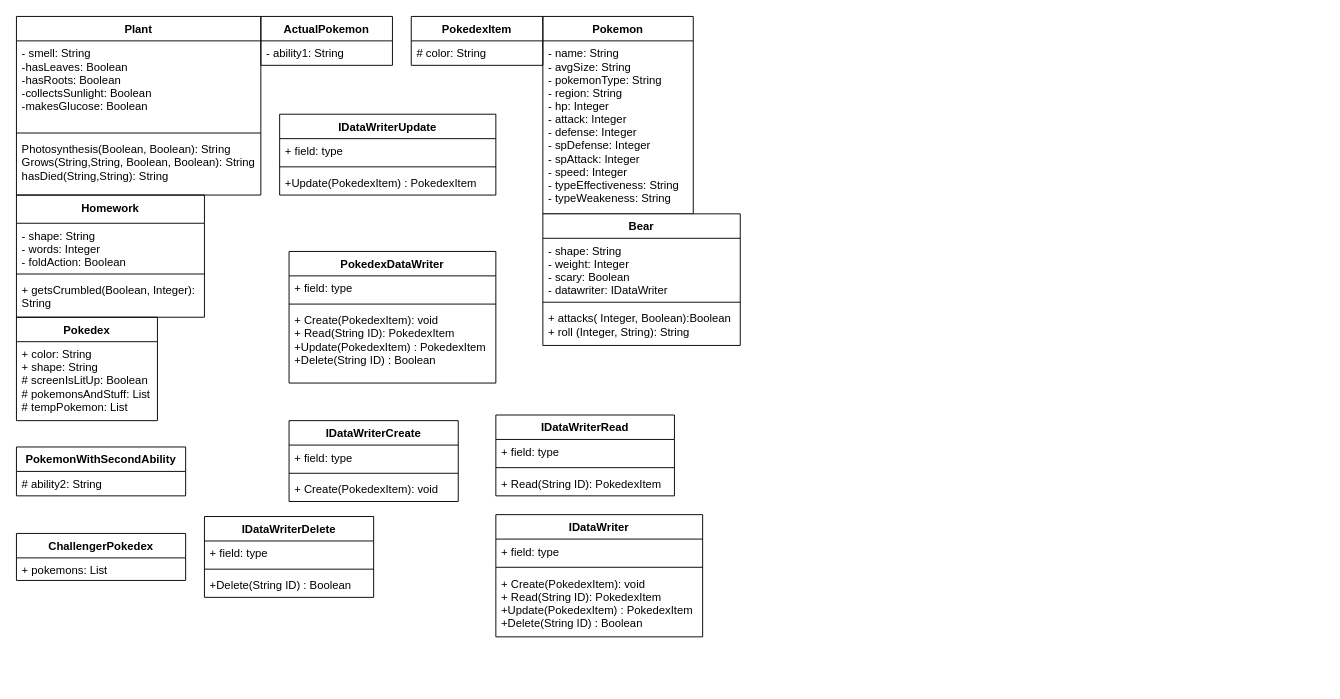
Above: Class Diagrams-5.drawio in Uplift-Foundation/PokedexGameJava (draw.io), before the change. Source tidied: cells renumbered, new cells numbered last; positions are measured from the earlier drawing's top-left corner, leaving out a move shared by most shapes. Both pictures are drawn from the tidied source at 94%, with x=0, y=0 at pixel (16, 16).
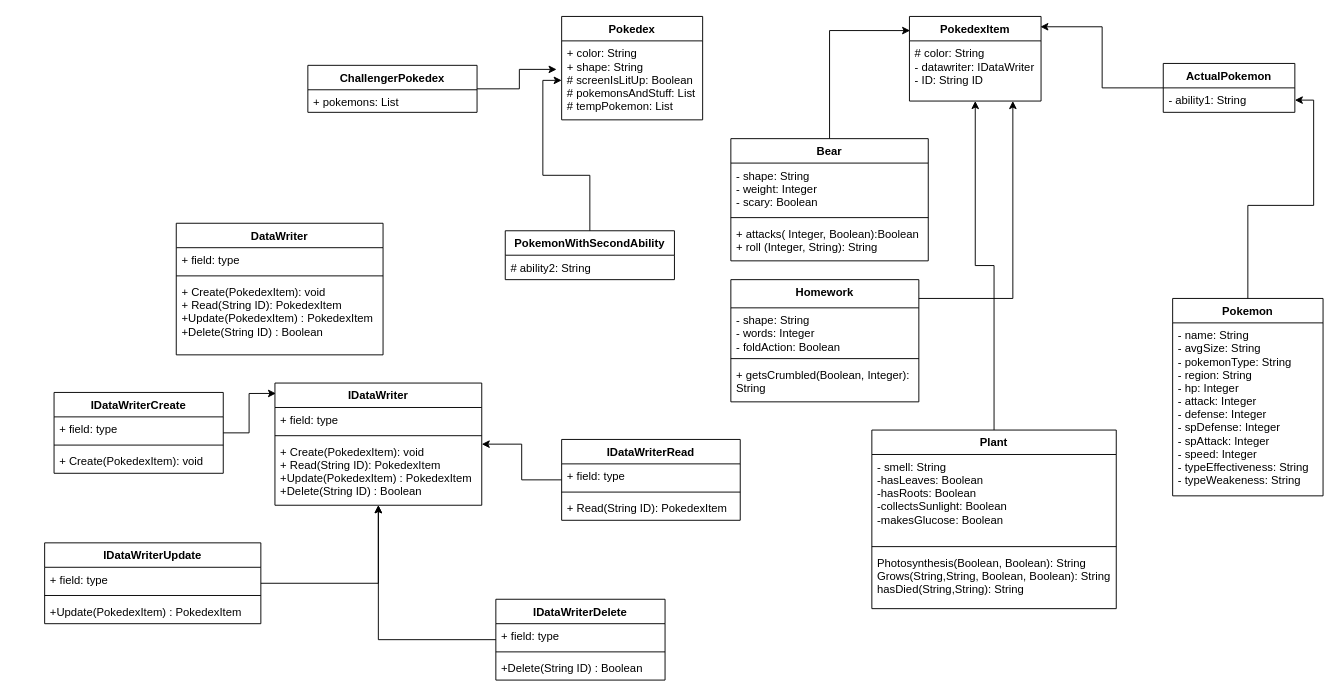
After the change.

The change refers to these unchanged cells:
```xml
<mxCell id="3" value="- ability1: String " style="text;strokeColor=none;fillColor=none;align=left;verticalAlign=top;spacingLeft=4;spacingRight=4;overflow=hidden;points=[[0,0.5],[1,0.5]];portConstraint=eastwest;" parent="2" vertex="1">
  <mxGeometry y="26" width="140" height="26" as="geometry" />
</mxCell>
<mxCell id="15" value="+ color: String &#10;+ shape: String&#10;# screenIsLitUp: Boolean &#10;# pokemonsAndStuff: List &#10;# tempPokemon: List " style="text;strokeColor=none;fillColor=none;align=left;verticalAlign=top;spacingLeft=4;spacingRight=4;overflow=hidden;points=[[0,0.5],[1,0.5]];portConstraint=eastwest;" parent="14" vertex="1">
  <mxGeometry y="26" width="150" height="84" as="geometry" />
</mxCell>
```

Change to the diagram source:
```diff
@@
+    <mxCell id="50" style="edgeStyle=orthogonalEdgeStyle;rounded=0;jettySize=auto;html=1;entryX=0.995;entryY=0.122;entryDx=0;entryDy=0;entryPerimeter=0;" parent="1" edge="1" source="2" target="20">
+      <mxGeometry relative="1" as="geometry" />
+    </mxCell>
     <mxCell id="2" value="ActualPokemon" style="swimlane;fontStyle=1;horizontal=1;startSize=26;fillColor=none;" parent="1" vertex="1">
-      <mxGeometry x="260" width="140" height="52" as="geometry" />
+      <mxGeometry x="1220" y="50" width="140" height="52" as="geometry" />
     </mxCell>
@@
+    <mxCell id="51" style="edgeStyle=orthogonalEdgeStyle;rounded=0;jettySize=auto;html=1;" parent="1" edge="1" source="4" target="3">
+      <mxGeometry relative="1" as="geometry" />
+    </mxCell>
     <mxCell id="4" value="Pokemon" style="swimlane;fontStyle=1;horizontal=1;startSize=26;fillColor=none;" parent="1" vertex="1">
-      <mxGeometry x="560" width="160" height="210" as="geometry" />
+      <mxGeometry x="1230" y="300" width="160" height="210" as="geometry" />
     </mxCell>
@@
+    <mxCell id="52" style="edgeStyle=orthogonalEdgeStyle;rounded=0;jettySize=auto;html=1;" parent="1" edge="1" source="6" target="20">
+      <mxGeometry relative="1" as="geometry" />
+    </mxCell>
     <mxCell id="6" value="Plant&#10;&#10;" style="swimlane;fontStyle=1;align=center;verticalAlign=top;horizontal=1;startSize=26;fillColor=none;" parent="1" vertex="1">
-      <mxGeometry width="260" height="190" as="geometry" />
+      <mxGeometry x="910" y="440" width="260" height="190" as="geometry" />
     </mxCell>
@@
+    <mxCell id="53" style="edgeStyle=orthogonalEdgeStyle;rounded=0;jettySize=auto;html=1;" parent="1" edge="1" source="10" target="20">
+      <mxGeometry relative="1" as="geometry">
+        <Array as="points">
+          <mxPoint x="1060" y="300" />
+        </Array>
+      </mxGeometry>
+    </mxCell>
     <mxCell id="10" value="Homework" style="swimlane;fontStyle=1;align=center;verticalAlign=top;horizontal=1;startSize=30;fillColor=none;" parent="1" vertex="1">
-      <mxGeometry y="190" width="200" height="130" as="geometry" />
+      <mxGeometry x="760" y="280" width="200" height="130" as="geometry" />
     </mxCell>
@@
     <mxCell id="14" value="Pokedex" style="swimlane;fontStyle=1;horizontal=1;startSize=26;fillColor=none;" parent="1" vertex="1">
-      <mxGeometry y="320" width="150" height="110" as="geometry" />
+      <mxGeometry x="580" width="150" height="110" as="geometry" />
     </mxCell>
@@
+    <mxCell id="54" style="edgeStyle=orthogonalEdgeStyle;rounded=0;jettySize=auto;html=1;entryX=0.005;entryY=0.167;entryDx=0;entryDy=0;entryPerimeter=0;" parent="1" edge="1" source="16" target="20">
+      <mxGeometry relative="1" as="geometry" />
+    </mxCell>
     <mxCell id="16" value="Bear" style="swimlane;fontStyle=1;align=center;verticalAlign=top;horizontal=1;startSize=26;rounded=0;sketch=0;whiteSpace=wrap;" parent="1" vertex="1">
-      <mxGeometry x="560" y="210" width="210" height="140" as="geometry" />
+      <mxGeometry x="760" y="130" width="210" height="130" as="geometry" />
     </mxCell>
-    <mxCell id="17" value="- shape: String&#10;- weight: Integer &#10;- scary: Boolean &#10;- datawriter: IDataWriter" style="text;strokeColor=none;fillColor=none;align=left;verticalAlign=top;spacingLeft=4;spacingRight=4;overflow=hidden;" parent="16" vertex="1">
-      <mxGeometry y="26" width="210" height="64" as="geometry" />
-    </mxCell>
-    <mxCell id="18" style="line;strokeWidth=1;fillColor=none;align=left;verticalAlign=middle;spacingTop=-1;spacingLeft=3;spacingRight=3;labelPosition=right;" parent="16" vertex="1">
-      <mxGeometry y="90" width="210" height="8" as="geometry" />
-    </mxCell>
+    <mxCell id="55" value="- shape: String&#10;- weight: Integer &#10;- scary: Boolean " style="text;strokeColor=none;fillColor=none;align=left;verticalAlign=top;spacingLeft=4;spacingRight=4;overflow=hidden;" parent="16" vertex="1">
+      <mxGeometry y="26" width="210" height="54" as="geometry" />
+    </mxCell>
+    <mxCell id="56" style="line;strokeWidth=1;fillColor=none;align=left;verticalAlign=middle;spacingTop=-1;spacingLeft=3;spacingRight=3;labelPosition=right;" parent="16" vertex="1">
+      <mxGeometry y="80" width="210" height="8" as="geometry" />
+    </mxCell>
     <mxCell id="19" value="+ attacks( Integer, Boolean):Boolean&#10;+ roll (Integer, String): String&#10;  " style="text;strokeColor=none;fillColor=none;align=left;verticalAlign=top;spacingLeft=4;spacingRight=4;overflow=hidden;" parent="16" vertex="1">
-      <mxGeometry y="98" width="210" height="42" as="geometry" />
+      <mxGeometry y="88" width="210" height="42" as="geometry" />
     </mxCell>
     <mxCell id="20" value="PokedexItem" style="swimlane;fontStyle=1;horizontal=1;startSize=26;fillColor=none;rounded=0;sketch=0;html=0;" parent="1" vertex="1">
-      <mxGeometry x="420" width="140" height="52" as="geometry" />
+      <mxGeometry x="950" width="140" height="90" as="geometry" />
     </mxCell>
-    <mxCell id="21" value="# color: String " style="text;strokeColor=none;fillColor=none;align=left;verticalAlign=top;spacingLeft=4;spacingRight=4;overflow=hidden;" parent="20" vertex="1">
-      <mxGeometry y="26" width="140" height="26" as="geometry" />
-    </mxCell>
+    <mxCell id="57" value="# color: String &#10;- datawriter: IDataWriter&#10;- ID: String ID " style="text;strokeColor=none;fillColor=none;align=left;verticalAlign=top;spacingLeft=4;spacingRight=4;overflow=hidden;" parent="20" vertex="1">
+      <mxGeometry y="26" width="140" height="64" as="geometry" />
+    </mxCell>
+    <mxCell id="58" style="edgeStyle=orthogonalEdgeStyle;rounded=0;jettySize=auto;html=1;" parent="1" edge="1" source="22" target="15">
+      <mxGeometry relative="1" as="geometry" />
+    </mxCell>
     <mxCell id="22" value="PokemonWithSecondAbility" style="swimlane;fontStyle=1;horizontal=1;startSize=26;fillColor=none;rounded=0;sketch=0;html=0;" parent="1" vertex="1">
-      <mxGeometry y="458" width="180" height="52" as="geometry" />
+      <mxGeometry x="520" y="228" width="180" height="52" as="geometry" />
     </mxCell>
@@
-    <mxCell id="24" value="PokedexDataWriter" style="swimlane;fontStyle=1;align=center;verticalAlign=top;horizontal=1;startSize=26;" parent="1" vertex="1">
-      <mxGeometry x="290" y="250" width="220" height="140" as="geometry" />
-    </mxCell>
-    <mxCell id="25" value="+ field: type" style="text;strokeColor=none;fillColor=none;align=left;verticalAlign=top;spacingLeft=4;spacingRight=4;overflow=hidden;" parent="24" vertex="1">
-      <mxGeometry y="26" width="220" height="26" as="geometry" />
-    </mxCell>
-    <mxCell id="26" style="line;strokeWidth=1;fillColor=none;align=left;verticalAlign=middle;spacingTop=-1;spacingLeft=3;spacingRight=3;labelPosition=right;" parent="24" vertex="1">
-      <mxGeometry y="52" width="220" height="8" as="geometry" />
-    </mxCell>
+    <mxCell id="59" value="DataWriter" style="swimlane;fontStyle=1;align=center;verticalAlign=top;horizontal=1;startSize=26;" parent="1" vertex="1">
+      <mxGeometry x="170" y="220" width="220" height="140" as="geometry" />
+    </mxCell>
+    <mxCell id="60" value="+ field: type" style="text;strokeColor=none;fillColor=none;align=left;verticalAlign=top;spacingLeft=4;spacingRight=4;overflow=hidden;" parent="59" vertex="1">
+      <mxGeometry y="26" width="220" height="26" as="geometry" />
+    </mxCell>
+    <mxCell id="61" style="line;strokeWidth=1;fillColor=none;align=left;verticalAlign=middle;spacingTop=-1;spacingLeft=3;spacingRight=3;labelPosition=right;" parent="59" vertex="1">
+      <mxGeometry y="52" width="220" height="8" as="geometry" />
+    </mxCell>
-    <mxCell id="27" value="+ Create(PokedexItem): void&#10;+ Read(String ID): PokedexItem&#10;+Update(PokedexItem) : PokedexItem&#10;+Delete(String ID) : Boolean" style="text;strokeColor=none;fillColor=none;align=left;verticalAlign=top;spacingLeft=4;spacingRight=4;overflow=hidden;" parent="24" vertex="1">
+    <mxCell id="27" value="+ Create(PokedexItem): void&#10;+ Read(String ID): PokedexItem&#10;+Update(PokedexItem) : PokedexItem&#10;+Delete(String ID) : Boolean" style="text;strokeColor=none;fillColor=none;align=left;verticalAlign=top;spacingLeft=4;spacingRight=4;overflow=hidden;" parent="59" vertex="1">
       <mxGeometry y="60" width="220" height="80" as="geometry" />
     </mxCell>
+    <mxCell id="62" style="edgeStyle=orthogonalEdgeStyle;rounded=0;jettySize=auto;html=1;entryX=0.005;entryY=0.085;entryDx=0;entryDy=0;entryPerimeter=0;" parent="1" edge="1" source="28" target="44">
+      <mxGeometry relative="1" as="geometry" />
+    </mxCell>
     <mxCell id="28" value="IDataWriterCreate" style="swimlane;fontStyle=1;align=center;verticalAlign=top;horizontal=1;startSize=26;" parent="1" vertex="1">
-      <mxGeometry x="290" y="430" width="180" height="86" as="geometry" />
+      <mxGeometry x="40" y="400" width="180" height="86" as="geometry" />
     </mxCell>
-    <mxCell id="29" value="+ field: type" style="text;strokeColor=none;fillColor=none;align=left;verticalAlign=top;spacingLeft=4;spacingRight=4;overflow=hidden;" parent="28" vertex="1">
-      <mxGeometry y="26" width="180" height="26" as="geometry" />
-    </mxCell>
-    <mxCell id="30" style="line;strokeWidth=1;fillColor=none;align=left;verticalAlign=middle;spacingTop=-1;spacingLeft=3;spacingRight=3;labelPosition=right;" parent="28" vertex="1">
-      <mxGeometry y="52" width="180" height="8" as="geometry" />
-    </mxCell>
+    <mxCell id="63" value="+ field: type" style="text;strokeColor=none;fillColor=none;align=left;verticalAlign=top;spacingLeft=4;spacingRight=4;overflow=hidden;" parent="28" vertex="1">
+      <mxGeometry y="26" width="180" height="26" as="geometry" />
+    </mxCell>
+    <mxCell id="64" style="line;strokeWidth=1;fillColor=none;align=left;verticalAlign=middle;spacingTop=-1;spacingLeft=3;spacingRight=3;labelPosition=right;" parent="28" vertex="1">
+      <mxGeometry y="52" width="180" height="8" as="geometry" />
+    </mxCell>
@@
+    <mxCell id="65" style="edgeStyle=orthogonalEdgeStyle;rounded=0;jettySize=auto;html=1;" parent="1" edge="1" source="32" target="44">
+      <mxGeometry relative="1" as="geometry" />
+    </mxCell>
     <mxCell id="32" value="IDataWriterRead" style="swimlane;fontStyle=1;align=center;verticalAlign=top;horizontal=1;startSize=26;" parent="1" vertex="1">
-      <mxGeometry x="510" y="424" width="190" height="86" as="geometry" />
+      <mxGeometry x="580" y="450" width="190" height="86" as="geometry" />
     </mxCell>
@@
+    <mxCell id="66" style="edgeStyle=orthogonalEdgeStyle;rounded=0;jettySize=auto;html=1;" parent="1" edge="1" source="36" target="44">
+      <mxGeometry relative="1" as="geometry" />
+    </mxCell>
     <mxCell id="36" value="IDataWriterUpdate" style="swimlane;fontStyle=1;align=center;verticalAlign=top;horizontal=1;startSize=26;" parent="1" vertex="1">
-      <mxGeometry x="280" y="104" width="230" height="86" as="geometry" />
+      <mxGeometry x="30" y="560" width="230" height="86" as="geometry" />
     </mxCell>
@@
+    <mxCell id="67" style="edgeStyle=orthogonalEdgeStyle;rounded=0;jettySize=auto;html=1;" parent="1" edge="1" source="40" target="44">
+      <mxGeometry relative="1" as="geometry" />
+    </mxCell>
     <mxCell id="40" value="IDataWriterDelete" style="swimlane;fontStyle=1;align=center;verticalAlign=top;horizontal=1;startSize=26;" parent="1" vertex="1">
-      <mxGeometry x="200" y="532" width="180" height="86" as="geometry" />
+      <mxGeometry x="510" y="620" width="180" height="86" as="geometry" />
     </mxCell>
-    <mxCell id="41" value="+ field: type" style="text;strokeColor=none;fillColor=none;align=left;verticalAlign=top;spacingLeft=4;spacingRight=4;overflow=hidden;" parent="40" vertex="1">
-      <mxGeometry y="26" width="180" height="26" as="geometry" />
-    </mxCell>
-    <mxCell id="42" style="line;strokeWidth=1;fillColor=none;align=left;verticalAlign=middle;spacingTop=-1;spacingLeft=3;spacingRight=3;labelPosition=right;" parent="40" vertex="1">
-      <mxGeometry y="52" width="180" height="8" as="geometry" />
-    </mxCell>
+    <mxCell id="68" value="+ field: type" style="text;strokeColor=none;fillColor=none;align=left;verticalAlign=top;spacingLeft=4;spacingRight=4;overflow=hidden;" parent="40" vertex="1">
+      <mxGeometry y="26" width="180" height="26" as="geometry" />
+    </mxCell>
+    <mxCell id="69" style="line;strokeWidth=1;fillColor=none;align=left;verticalAlign=middle;spacingTop=-1;spacingLeft=3;spacingRight=3;labelPosition=right;" parent="40" vertex="1">
+      <mxGeometry y="52" width="180" height="8" as="geometry" />
+    </mxCell>
@@
     <mxCell id="44" value="IDataWriter" style="swimlane;fontStyle=1;align=center;verticalAlign=top;horizontal=1;startSize=26;" parent="1" vertex="1">
-      <mxGeometry x="510" y="530" width="220" height="130" as="geometry" />
+      <mxGeometry x="275" y="390" width="220" height="130" as="geometry" />
     </mxCell>
-    <mxCell id="45" value="+ field: type" style="text;strokeColor=none;fillColor=none;align=left;verticalAlign=top;spacingLeft=4;spacingRight=4;overflow=hidden;" parent="44" vertex="1">
-      <mxGeometry y="26" width="220" height="26" as="geometry" />
-    </mxCell>
-    <mxCell id="46" style="line;strokeWidth=1;fillColor=none;align=left;verticalAlign=middle;spacingTop=-1;spacingLeft=3;spacingRight=3;labelPosition=right;" parent="44" vertex="1">
-      <mxGeometry y="52" width="220" height="8" as="geometry" />
-    </mxCell>
+    <mxCell id="70" value="+ field: type" style="text;strokeColor=none;fillColor=none;align=left;verticalAlign=top;spacingLeft=4;spacingRight=4;overflow=hidden;" parent="44" vertex="1">
+      <mxGeometry y="26" width="220" height="26" as="geometry" />
+    </mxCell>
+    <mxCell id="71" style="line;strokeWidth=1;fillColor=none;align=left;verticalAlign=middle;spacingTop=-1;spacingLeft=3;spacingRight=3;labelPosition=right;" parent="44" vertex="1">
+      <mxGeometry y="52" width="220" height="8" as="geometry" />
+    </mxCell>
@@
+    <mxCell id="72" style="edgeStyle=orthogonalEdgeStyle;rounded=0;jettySize=auto;html=1;entryX=-0.036;entryY=0.361;entryDx=0;entryDy=0;entryPerimeter=0;" parent="1" edge="1" source="48" target="15">
+      <mxGeometry relative="1" as="geometry" />
+    </mxCell>
     <mxCell id="48" value="ChallengerPokedex" style="swimlane;fontStyle=1;horizontal=1;startSize=26;fillColor=none;rounded=0;sketch=0;html=0;" parent="1" vertex="1">
-      <mxGeometry y="550" width="180" height="50" as="geometry" />
+      <mxGeometry x="310" y="52" width="180" height="50" as="geometry" />
     </mxCell>
```
